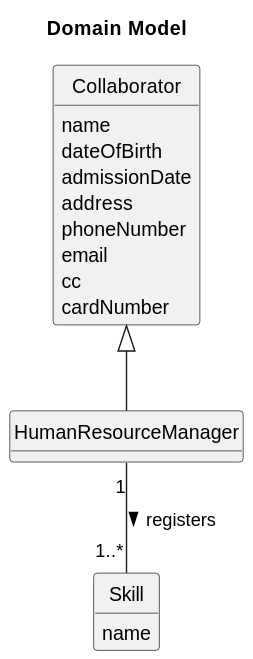
Before: docs/sprint2/us01/02.analysis/svg/us001-domain-model.svg, a diagram exported from PlantUML (Departamento-de-Engenharia-Informatica/lei-24-s2-1db-g022). The source it was exported from:
```plantuml
@startuml
skinparam monochrome true
skinparam packageStyle rectangle
skinparam shadowing false
skinparam classAttributeIconSize 0
hide circle
hide methods

title Domain Model


class Collaborator {
    name
    dateOfBirth
    admissionDate
    address
    phoneNumber
    email
    cc
    cardNumber
}


class HumanResourceManager {
}

class Skill{
    name
}


Collaborator  <|--  HumanResourceManager

HumanResourceManager "1" -- "1..*" Skill : registers >
@enduml
```
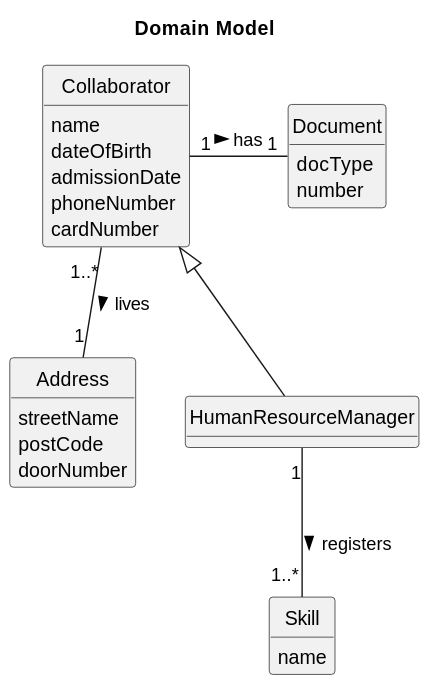
After the change.

The edit, as a diff of the source:
```diff
@@ -13,11 +13,19 @@
     name
     dateOfBirth
     admissionDate
-    address
     phoneNumber
-    email
-    cc
     cardNumber
+}
+
+class Document{
+    docType
+    number
+}
+
+class Address {
+    streetName
+    postCode
+    doorNumber
 }
 
 
@@ -28,6 +36,9 @@
     name
 }
 
+Collaborator "1" - "1" Document : has >
+
+Collaborator "1..*" -- "1" Address : lives >
 
 Collaborator  <|--  HumanResourceManager
 
```
